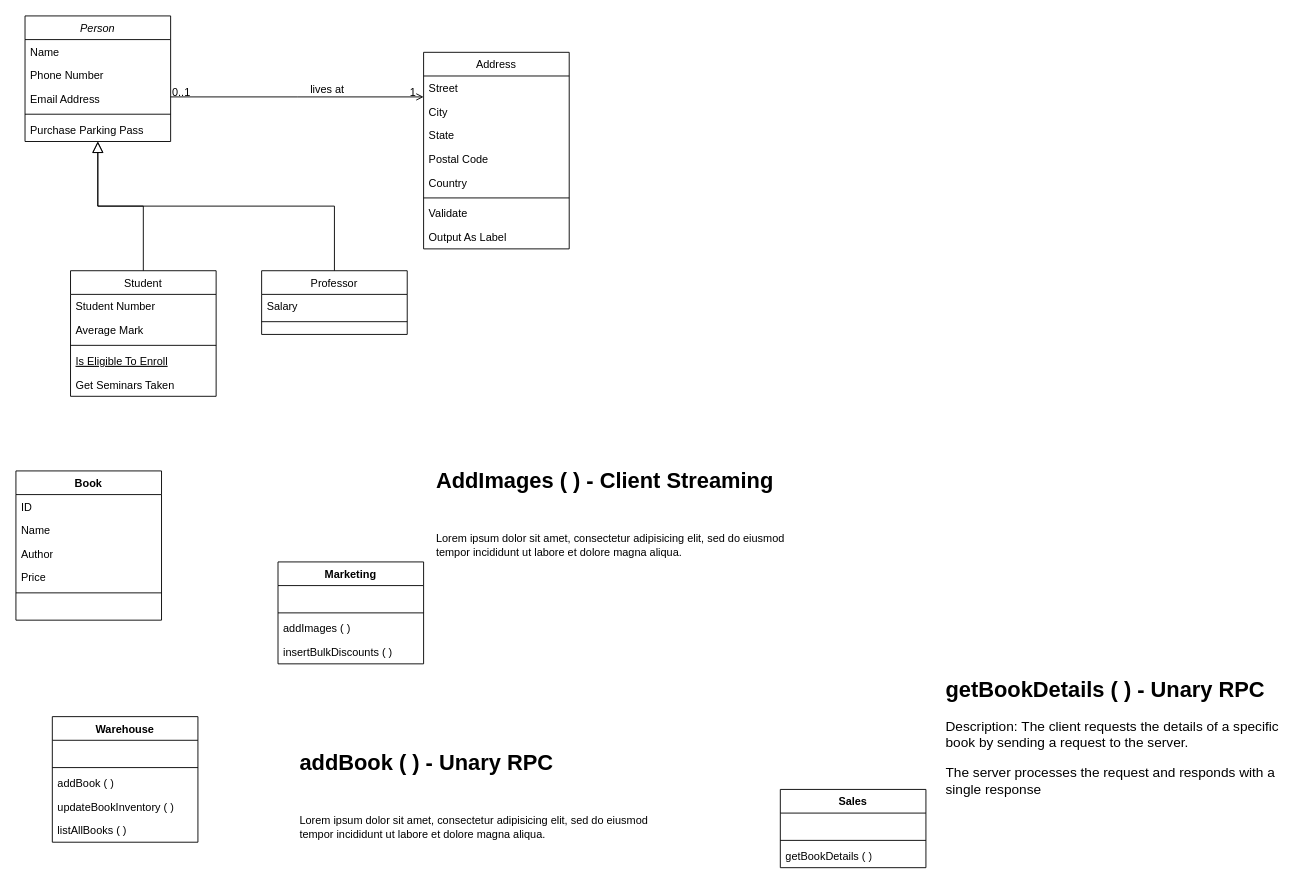
Earlier version of the draw.io diagram Question1_gRPC.drawio (sergio-oliveira-br/distsys). Source tidied: cells renumbered, new cells numbered last; positions are measured from the earlier drawing's top-left corner, leaving out a move shared by most shapes. Both pictures are drawn from the tidied source at 91%, with x=0, y=0 at pixel (15, 15).
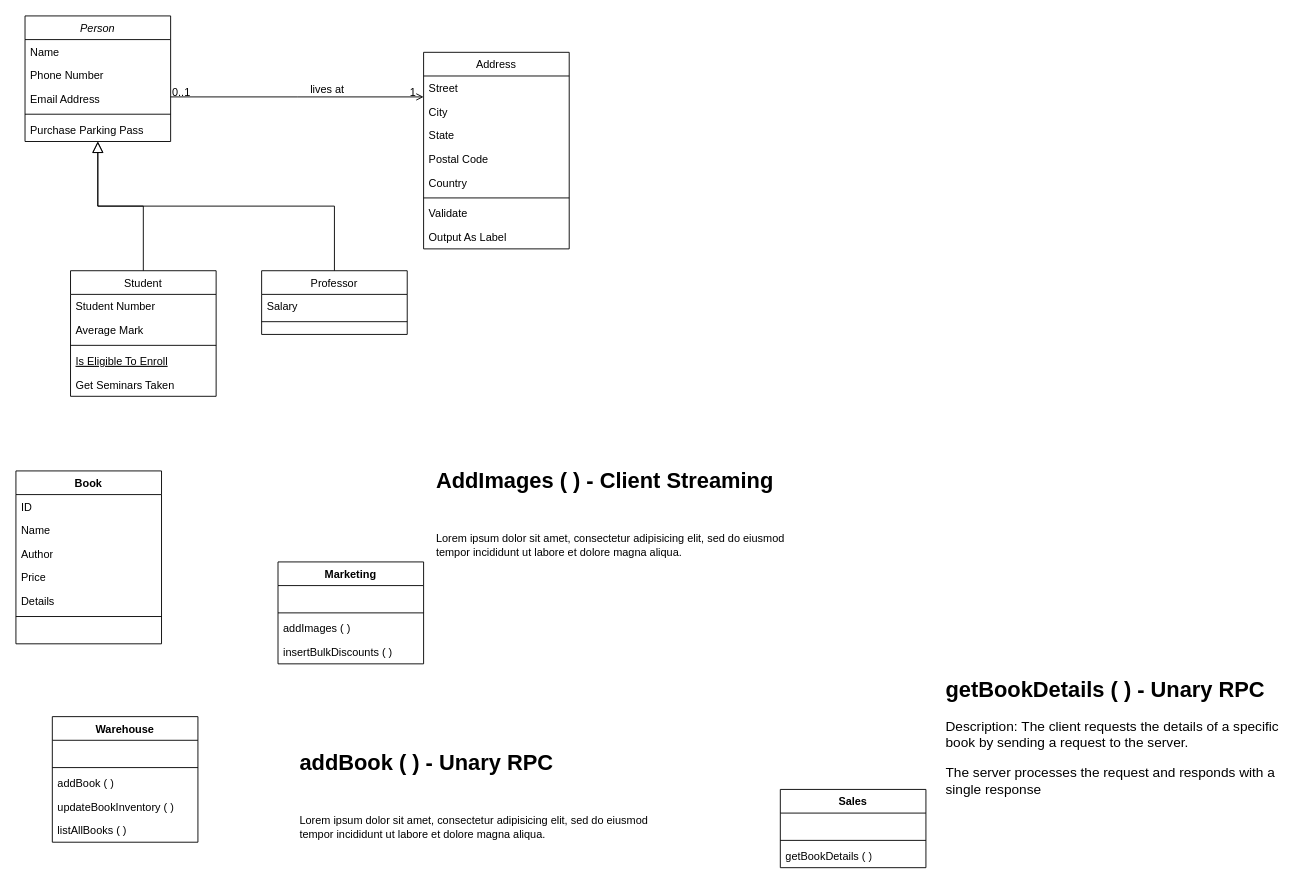
The same diagram, later.

Diff of the diagram source:
```diff
@@
     <mxCell id="32" value="Book" style="swimlane;fontStyle=1;align=center;verticalAlign=top;horizontal=1;startSize=26;whiteSpace=wrap;html=1;" parent="1" vertex="1">
-      <mxGeometry y="500" width="160" height="164" as="geometry" />
+      <mxGeometry y="500" width="160" height="190" as="geometry" />
     </mxCell>
@@
+    <mxCell id="57" value="Details" style="text;strokeColor=none;fillColor=none;align=left;verticalAlign=top;spacingLeft=4;spacingRight=4;overflow=hidden;whiteSpace=wrap;html=1;" parent="32" vertex="1">
+      <mxGeometry y="130" width="160" height="26" as="geometry" />
+    </mxCell>
     <mxCell id="37" style="line;strokeWidth=1;fillColor=none;align=left;verticalAlign=middle;spacingTop=-1;spacingLeft=3;spacingRight=3;labelPosition=right;strokeColor=inherit;" parent="32" vertex="1">
-      <mxGeometry y="130" width="160" height="8" as="geometry" />
+      <mxGeometry y="156" width="160" height="8" as="geometry" />
     </mxCell>
     <mxCell id="38" value="&amp;nbsp;" style="text;strokeColor=none;fillColor=none;align=left;verticalAlign=top;spacingLeft=4;spacingRight=4;overflow=hidden;whiteSpace=wrap;html=1;" parent="32" vertex="1">
-      <mxGeometry y="138" width="160" height="26" as="geometry" />
+      <mxGeometry y="164" width="160" height="26" as="geometry" />
     </mxCell>
```
